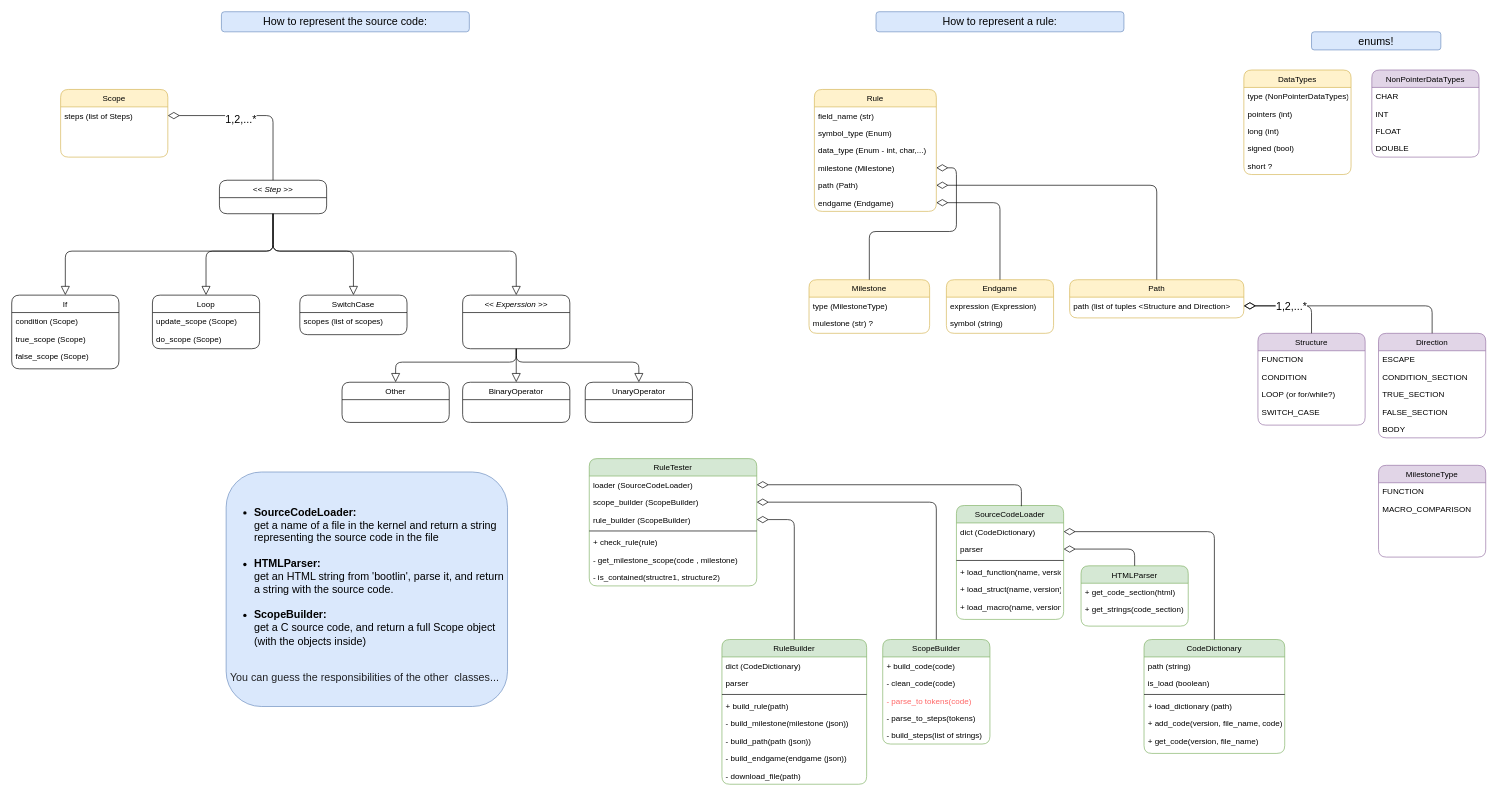
Earlier version of the draw.io diagram Untitled Diagram.drawio (zivnaim/simon). Source tidied: cells renumbered, new cells numbered last; positions are measured from the earlier drawing's top-left corner, leaving out a move shared by most shapes. Both pictures are drawn from the tidied source at 67%, with x=0, y=0 at pixel (11, 11).
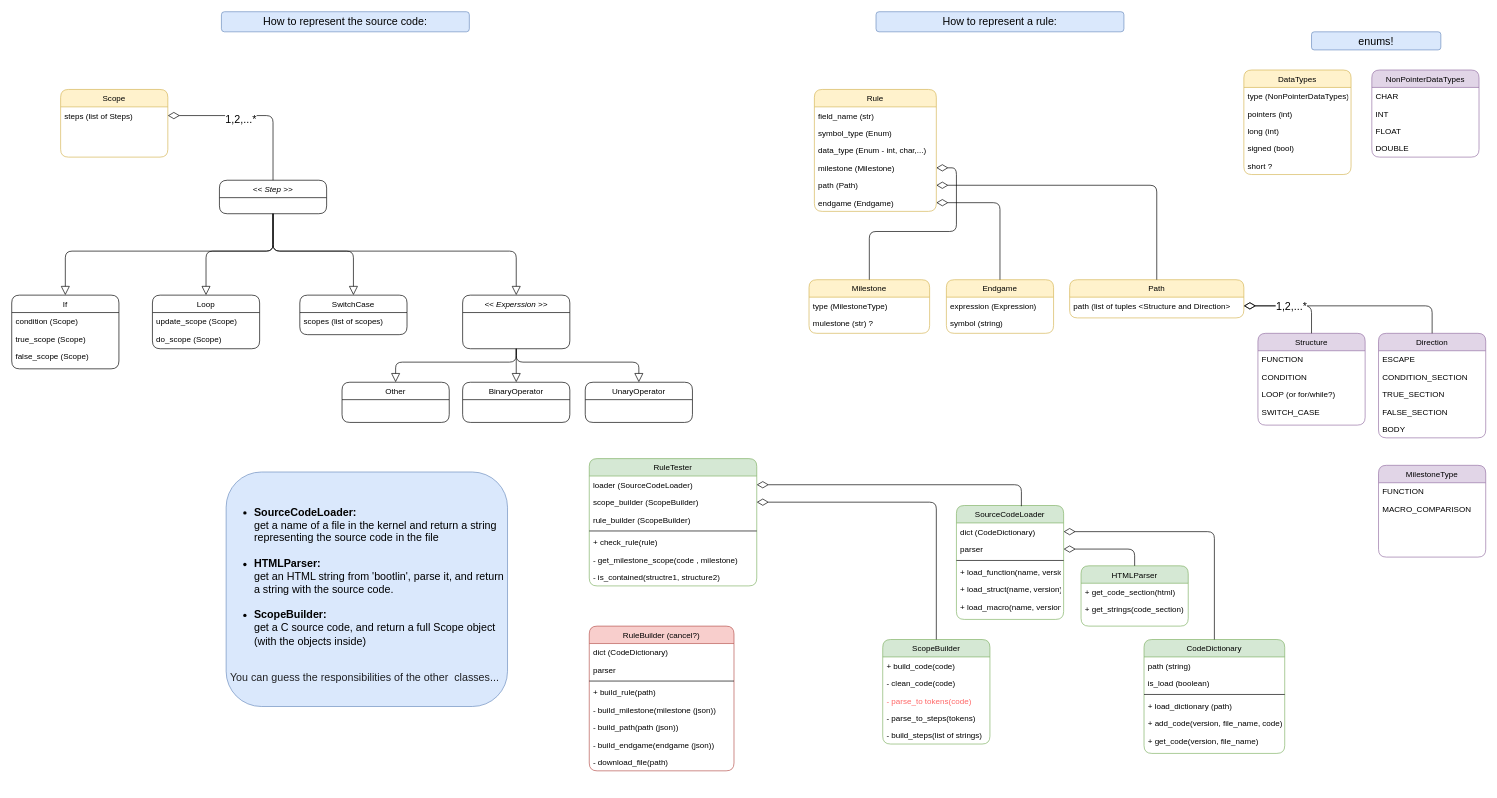
The same page after the edit.

The change refers to these unchanged cells:
```xml
<mxCell id="15" value="rule_builder (ScopeBuilder)" style="text;align=left;verticalAlign=top;spacingLeft=4;spacingRight=4;overflow=hidden;points=[[0,0.5],[1,0.5]];portConstraint=eastwest;rounded=1;" parent="12" vertex="1">
  <mxGeometry y="78" width="250" height="26" as="geometry" />
</mxCell>
```

What changed in the source:
```diff
@@
-    <mxCell id="83" value="RuleBuilder" style="swimlane;fontStyle=0;align=center;verticalAlign=top;horizontal=1;startSize=26;rounded=1;shadow=0;strokeWidth=1;fillColor=#d5e8d4;strokeColor=#82b366;" parent="1" vertex="1">
-      <mxGeometry x="1060" y="937" width="216" height="216" as="geometry" />
+    <mxCell id="83" value="RuleBuilder (cancel?)" style="swimlane;fontStyle=0;align=center;verticalAlign=top;horizontal=1;startSize=26;rounded=1;shadow=0;strokeWidth=1;fillColor=#f8cecc;strokeColor=#b85450;" parent="1" vertex="1">
+      <mxGeometry x="862" y="917" width="216" height="216" as="geometry" />
     </mxCell>
@@
-    <mxCell id="92" style="edgeStyle=orthogonalEdgeStyle;rounded=1;jettySize=auto;html=1;exitX=1;exitY=0.5;exitDx=0;exitDy=0;endArrow=none;endFill=0;startArrow=diamondThin;startFill=0;startSize=15;strokeColor=default;" parent="1" edge="1" source="15" target="83">
-      <mxGeometry relative="1" as="geometry" />
-    </mxCell>
```
